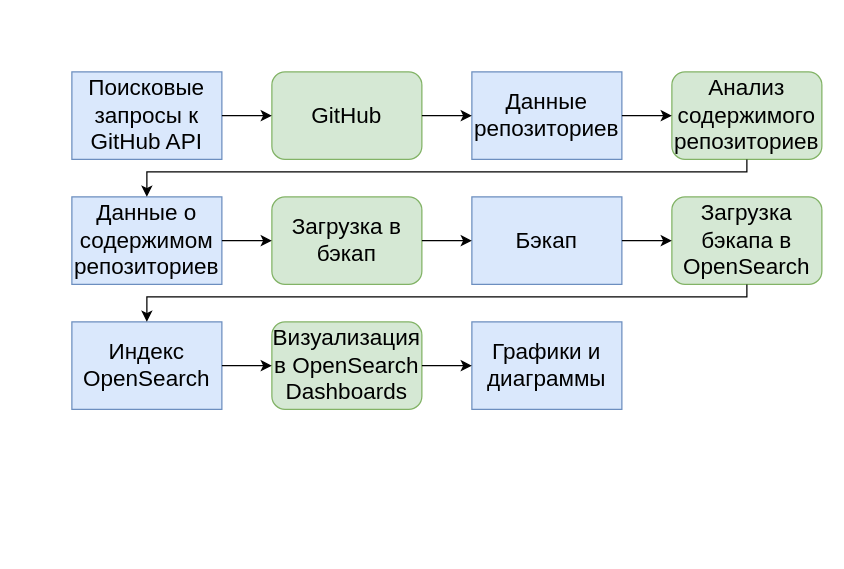
Before: docs/raw_diagrams/activity.drawio in aVorotnikov/dsl_analyzer, a draw.io diagram. Source tidied: cells renumbered, new cells numbered last; positions are measured from the earlier drawing's top-left corner, leaving out a move shared by most shapes. Both pictures are drawn from the tidied source at 125%, with x=0, y=0 at pixel (71, 71).
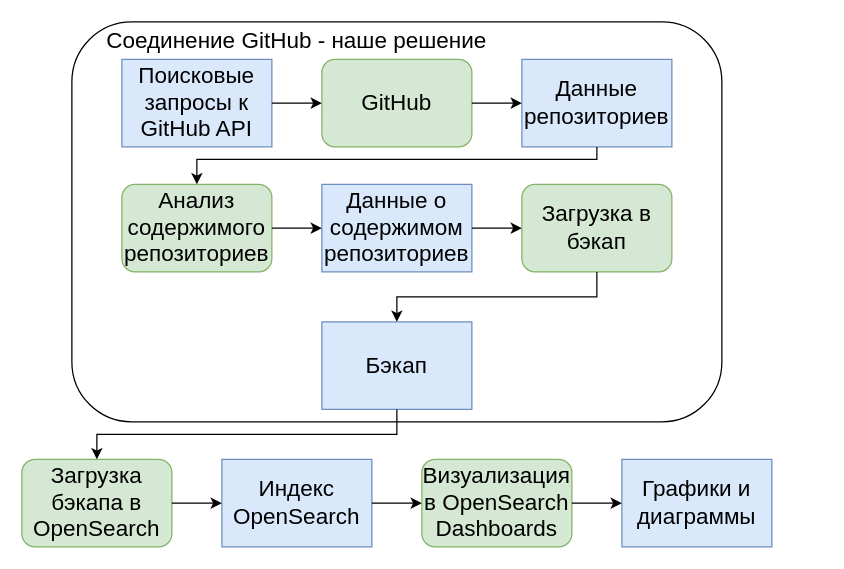
The same page after the edit.

Commit message (it also covers changes not shown here):
В архитектуре выделен коннектор

The edit, as a diff of the source:
```diff
@@
+    <mxCell id="23" style="rounded=1;whiteSpace=wrap;html=1;align=left;fillColor=none;" parent="1" vertex="1">
+      <mxGeometry y="-40" width="520" height="320" as="geometry" />
+    </mxCell>
     <mxCell id="2" value="Поисковые запросы к GitHub API" style="rounded=0;whiteSpace=wrap;html=1;fillColor=#dae8fc;strokeColor=#6c8ebf;fontSize=18;" parent="1" vertex="1">
-      <mxGeometry width="120" height="70" as="geometry" />
+      <mxGeometry x="40" y="-10" width="120" height="70" as="geometry" />
     </mxCell>
     <mxCell id="3" value="GitHub" style="rounded=1;whiteSpace=wrap;html=1;fillColor=#d5e8d4;strokeColor=#82b366;fontSize=18;" parent="1" vertex="1">
-      <mxGeometry x="160" width="120" height="70" as="geometry" />
+      <mxGeometry x="200" y="-10" width="120" height="70" as="geometry" />
     </mxCell>
@@
     <mxCell id="5" value="Данные репозиториев" style="rounded=0;whiteSpace=wrap;html=1;fillColor=#dae8fc;strokeColor=#6c8ebf;fontSize=18;" parent="1" vertex="1">
-      <mxGeometry x="320" width="120" height="70" as="geometry" />
+      <mxGeometry x="360" y="-10" width="120" height="70" as="geometry" />
     </mxCell>
@@
     <mxCell id="7" value="Анализ содержимого репозиториев" style="rounded=1;whiteSpace=wrap;html=1;fillColor=#d5e8d4;strokeColor=#82b366;fontSize=18;" parent="1" vertex="1">
-      <mxGeometry x="480" width="120" height="70" as="geometry" />
+      <mxGeometry x="40" y="90" width="120" height="70" as="geometry" />
     </mxCell>
-    <mxCell id="8" style="endArrow=classic;html=1;rounded=0;exitX=1;exitY=0.5;exitDx=0;exitDy=0;entryX=0;entryY=0.5;entryDx=0;entryDy=0;fontSize=18;" parent="1" edge="1" source="5" target="7">
-      <mxGeometry relative="1" as="geometry" />
+    <mxCell id="8" style="endArrow=classic;html=1;rounded=0;exitX=0.5;exitY=1;exitDx=0;exitDy=0;entryX=0.5;entryY=0;entryDx=0;entryDy=0;fontSize=18;" parent="1" edge="1" source="5" target="7">
+      <mxGeometry relative="1" as="geometry">
+        <Array as="points">
+          <mxPoint x="420" y="70" />
+          <mxPoint x="100" y="70" />
+        </Array>
+      </mxGeometry>
     </mxCell>
     <mxCell id="9" value="Данные о содержимом репозиториев" style="rounded=0;whiteSpace=wrap;html=1;fillColor=#dae8fc;strokeColor=#6c8ebf;fontSize=18;" parent="1" vertex="1">
-      <mxGeometry y="100" width="120" height="70" as="geometry" />
+      <mxGeometry x="200" y="90" width="120" height="70" as="geometry" />
     </mxCell>
-    <mxCell id="10" style="endArrow=classic;html=1;rounded=0;exitX=0.5;exitY=1;exitDx=0;exitDy=0;entryX=0.5;entryY=0;entryDx=0;entryDy=0;fontSize=18;" parent="1" edge="1" source="7" target="9">
-      <mxGeometry relative="1" as="geometry">
-        <Array as="points">
-          <mxPoint x="540" y="80" />
-          <mxPoint x="60" y="80" />
-        </Array>
-      </mxGeometry>
+    <mxCell id="10" style="endArrow=classic;html=1;rounded=0;exitX=1;exitY=0.5;exitDx=0;exitDy=0;entryX=0;entryY=0.5;entryDx=0;entryDy=0;fontSize=18;" parent="1" edge="1" source="7" target="9">
+      <mxGeometry relative="1" as="geometry" />
     </mxCell>
     <mxCell id="11" value="Загрузка в бэкап" style="rounded=1;whiteSpace=wrap;html=1;fillColor=#d5e8d4;strokeColor=#82b366;fontSize=18;" parent="1" vertex="1">
-      <mxGeometry x="160" y="100" width="120" height="70" as="geometry" />
+      <mxGeometry x="360" y="90" width="120" height="70" as="geometry" />
     </mxCell>
@@
     <mxCell id="13" value="Бэкап" style="rounded=0;whiteSpace=wrap;html=1;fillColor=#dae8fc;strokeColor=#6c8ebf;fontSize=18;" parent="1" vertex="1">
-      <mxGeometry x="320" y="100" width="120" height="70" as="geometry" />
+      <mxGeometry x="200" y="200" width="120" height="70" as="geometry" />
     </mxCell>
-    <mxCell id="14" style="endArrow=classic;html=1;rounded=0;exitX=1;exitY=0.5;exitDx=0;exitDy=0;entryX=0;entryY=0.5;entryDx=0;entryDy=0;fontSize=18;" parent="1" edge="1" source="11" target="13">
-      <mxGeometry relative="1" as="geometry" />
+    <mxCell id="14" style="endArrow=classic;html=1;rounded=0;exitX=0.5;exitY=1;exitDx=0;exitDy=0;entryX=0.5;entryY=0;entryDx=0;entryDy=0;fontSize=18;" parent="1" edge="1" source="11" target="13">
+      <mxGeometry relative="1" as="geometry">
+        <Array as="points">
+          <mxPoint x="420" y="180" />
+          <mxPoint x="260" y="180" />
+        </Array>
+      </mxGeometry>
     </mxCell>
     <mxCell id="15" value="Загрузка бэкапа в OpenSearch" style="rounded=1;whiteSpace=wrap;html=1;fillColor=#d5e8d4;strokeColor=#82b366;fontSize=18;" parent="1" vertex="1">
-      <mxGeometry x="480" y="100" width="120" height="70" as="geometry" />
+      <mxGeometry x="-40" y="310" width="120" height="70" as="geometry" />
     </mxCell>
-    <mxCell id="16" style="endArrow=classic;html=1;rounded=0;exitX=1;exitY=0.5;exitDx=0;exitDy=0;entryX=0;entryY=0.5;entryDx=0;entryDy=0;fontSize=18;" parent="1" edge="1" source="13" target="15">
-      <mxGeometry relative="1" as="geometry" />
+    <mxCell id="16" style="endArrow=classic;html=1;rounded=0;exitX=0.5;exitY=1;exitDx=0;exitDy=0;entryX=0.5;entryY=0;entryDx=0;entryDy=0;fontSize=18;" parent="1" edge="1" source="13" target="15">
+      <mxGeometry relative="1" as="geometry">
+        <Array as="points">
+          <mxPoint x="260" y="290" />
+          <mxPoint x="20" y="290" />
+        </Array>
+      </mxGeometry>
     </mxCell>
     <mxCell id="17" value="Индекс OpenSearch" style="rounded=0;whiteSpace=wrap;html=1;fillColor=#dae8fc;strokeColor=#6c8ebf;fontSize=18;" parent="1" vertex="1">
-      <mxGeometry y="200" width="120" height="70" as="geometry" />
+      <mxGeometry x="120" y="310" width="120" height="70" as="geometry" />
     </mxCell>
-    <mxCell id="18" style="endArrow=classic;html=1;rounded=0;exitX=0.5;exitY=1;exitDx=0;exitDy=0;entryX=0.5;entryY=0;entryDx=0;entryDy=0;fontSize=18;" parent="1" edge="1" source="15" target="17">
-      <mxGeometry relative="1" as="geometry">
-        <Array as="points">
-          <mxPoint x="540" y="180" />
-          <mxPoint x="60" y="180" />
-        </Array>
-      </mxGeometry>
+    <mxCell id="18" style="endArrow=classic;html=1;rounded=0;entryX=0;entryY=0.5;entryDx=0;entryDy=0;fontSize=18;exitX=1;exitY=0.5;exitDx=0;exitDy=0;" parent="1" edge="1" source="15" target="17">
+      <mxGeometry relative="1" as="geometry" />
     </mxCell>
     <mxCell id="19" value="Визуализация в OpenSearch Dashboards" style="rounded=1;whiteSpace=wrap;html=1;fillColor=#d5e8d4;strokeColor=#82b366;fontSize=18;" parent="1" vertex="1">
-      <mxGeometry x="160" y="200" width="120" height="70" as="geometry" />
+      <mxGeometry x="280" y="310" width="120" height="70" as="geometry" />
     </mxCell>
@@
     <mxCell id="21" value="Графики и диаграммы" style="rounded=0;whiteSpace=wrap;html=1;fillColor=#dae8fc;strokeColor=#6c8ebf;fontSize=18;" parent="1" vertex="1">
-      <mxGeometry x="320" y="200" width="120" height="70" as="geometry" />
+      <mxGeometry x="440" y="310" width="120" height="70" as="geometry" />
     </mxCell>
@@
+    <mxCell id="24" value="&lt;font style=&quot;font-size: 18px;&quot;&gt;Соединение GitHub - наше решение&lt;/font&gt;" style="text;html=1;strokeColor=none;fillColor=none;align=center;verticalAlign=middle;whiteSpace=wrap;rounded=0;" parent="1" vertex="1">
+      <mxGeometry x="-5" y="-40" width="370" height="30" as="geometry" />
+    </mxCell>
```
